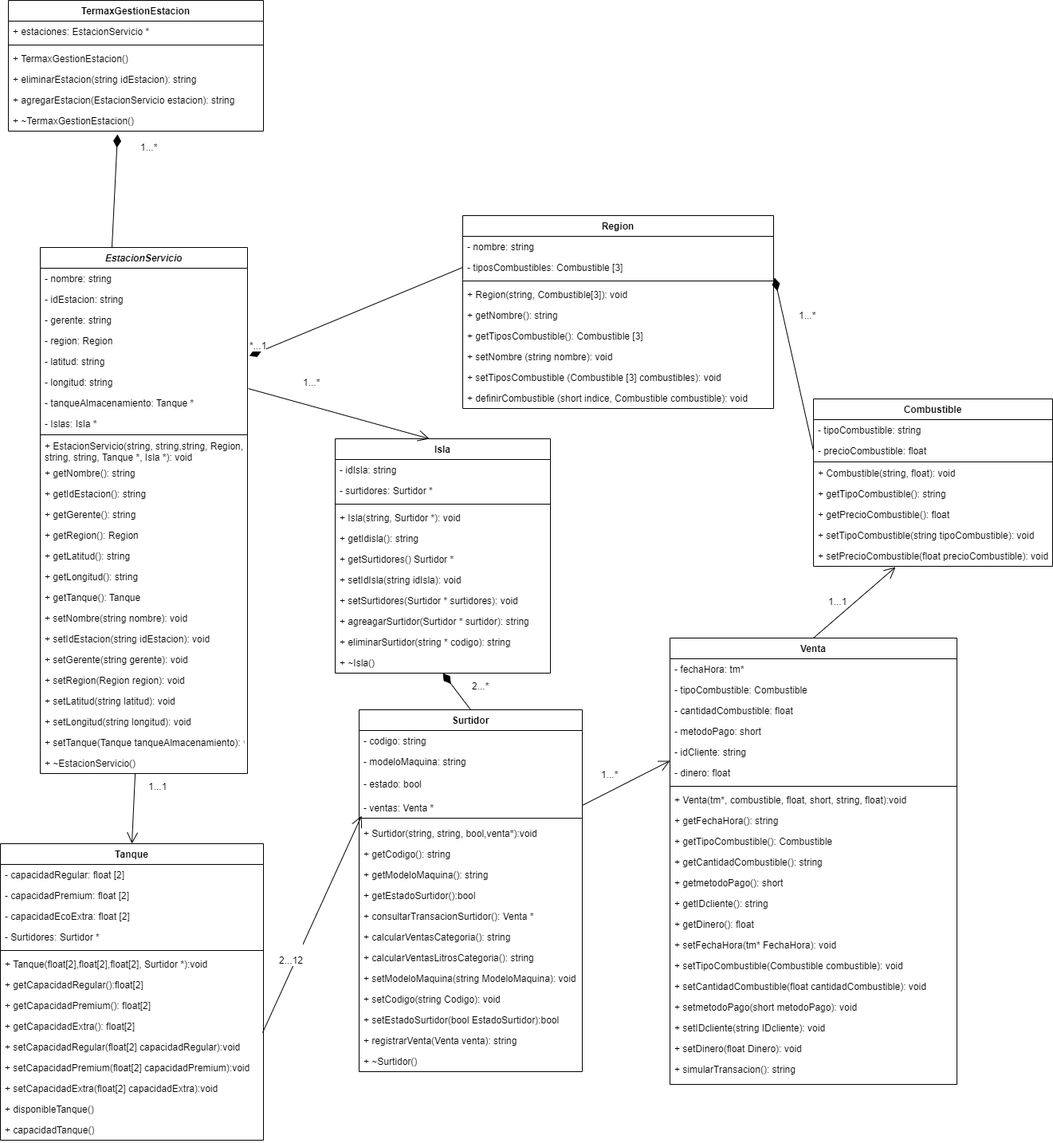
Above: Documentacion/DiagramaClases.png in luisca990/Informatica_II_Desaf_II (draw.io), before the change. Source tidied: cells renumbered, new cells last; positions are measured from the earlier drawing's top-left corner, leaving out a move shared by most shapes.
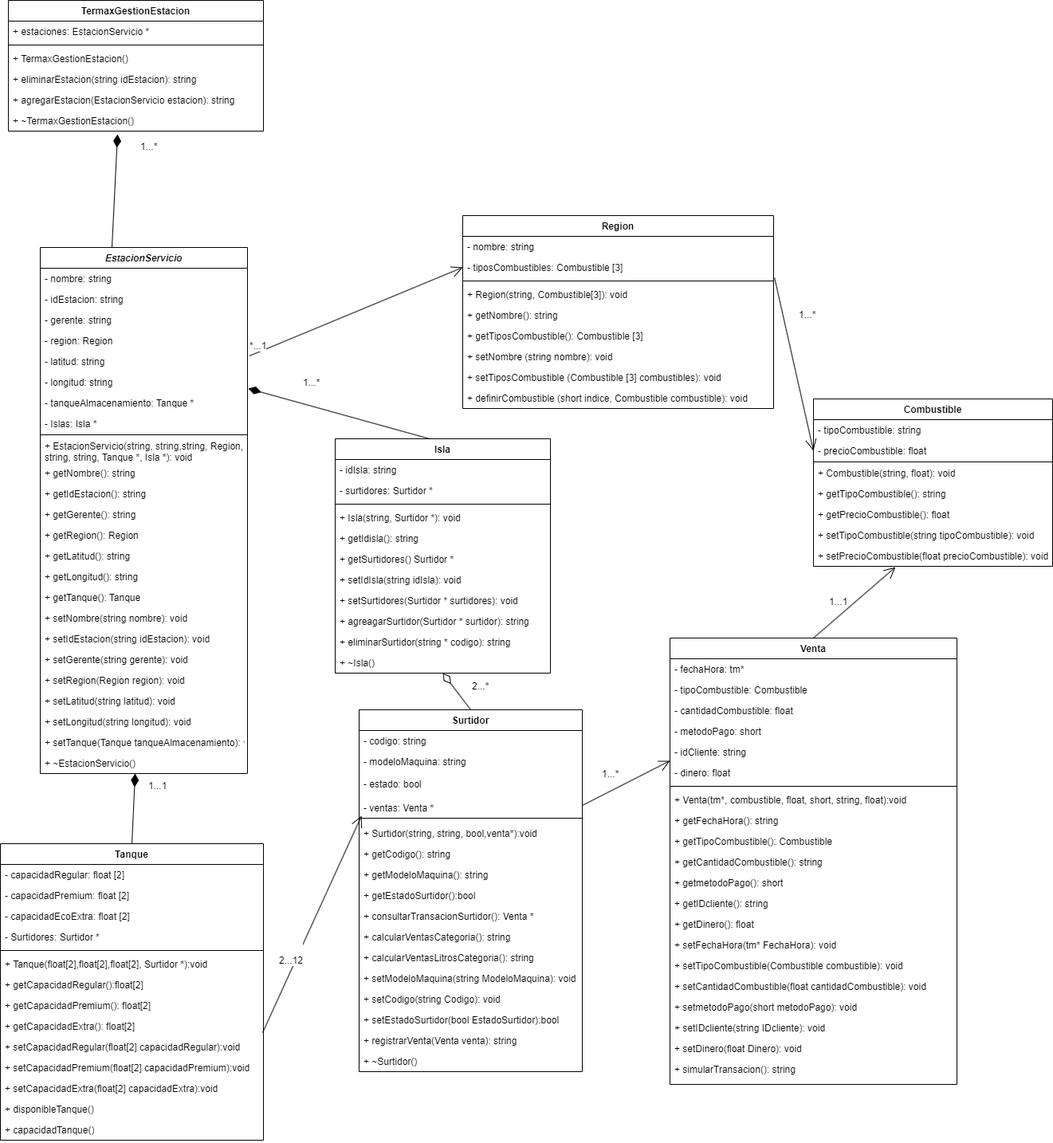
The same diagram one commit later.

Commit message:
Se ajusta la última versión del primer entregable

What changed in the source:
```diff
@@ -338,22 +338,22 @@
     <mxCell id="113" value="+ definirCombustible (short indice, Combustible combustible): void" style="text;align=left;verticalAlign=top;spacingLeft=4;spacingRight=4;overflow=hidden;" parent="104" vertex="1">
       <mxGeometry y="216" width="390" height="26" as="geometry" />
     </mxCell>
-    <mxCell id="114" value="&lt;div&gt;&lt;br&gt;&lt;/div&gt;&lt;div&gt;*...1&lt;br&gt;&lt;/div&gt;" style="endArrow=none;html=1;endSize=12;startArrow=diamondThin;startSize=14;startFill=1;align=left;verticalAlign=bottom;rounded=0;fontSize=12;entryX=0;entryY=0.5;entryDx=0;entryDy=0;exitX=1.009;exitY=0.231;exitDx=0;exitDy=0;exitPerimeter=0;endFill=0;" parent="1" edge="1" source="7" target="106">
+    <mxCell id="114" value="&lt;div&gt;&lt;br&gt;&lt;/div&gt;&lt;div&gt;*...1&lt;br&gt;&lt;/div&gt;" style="endArrow=open;html=1;endSize=12;startArrow=none;startSize=14;startFill=0;align=left;verticalAlign=bottom;rounded=0;fontSize=12;entryX=0;entryY=0.5;entryDx=0;entryDy=0;exitX=1.009;exitY=0.231;exitDx=0;exitDy=0;exitPerimeter=0;endFill=0;" parent="1" edge="1" source="7" target="106">
       <mxGeometry x="-1" y="3" relative="1" as="geometry" />
     </mxCell>
-    <mxCell id="115" value="&lt;div&gt;&lt;br&gt;&lt;/div&gt;&lt;div&gt;1...*&lt;br&gt;&lt;/div&gt;" style="endArrow=none;html=1;endSize=12;startArrow=diamondThin;startSize=14;startFill=1;align=left;verticalAlign=bottom;rounded=0;fontSize=12;entryX=0;entryY=0.5;entryDx=0;entryDy=0;exitX=1.003;exitY=1;exitDx=0;exitDy=0;exitPerimeter=0;endFill=0;" parent="1" edge="1" source="106" target="45">
+    <mxCell id="115" value="&lt;div&gt;&lt;br&gt;&lt;/div&gt;&lt;div&gt;1...*&lt;br&gt;&lt;/div&gt;" style="endArrow=open;html=1;endSize=12;startArrow=none;startSize=14;startFill=0;align=left;verticalAlign=bottom;rounded=0;fontSize=12;entryX=0;entryY=0.5;entryDx=0;entryDy=0;exitX=1.003;exitY=1;exitDx=0;exitDy=0;exitPerimeter=0;endFill=0;" parent="1" edge="1" source="106" target="45">
       <mxGeometry x="-0.45" y="16" relative="1" as="geometry" />
     </mxCell>
-    <mxCell id="116" value="&lt;div&gt;1...1&lt;br&gt;&lt;/div&gt;" style="endArrow=open;html=1;endSize=12;startArrow=none;startSize=14;startFill=0;align=left;verticalAlign=bottom;rounded=0;fontSize=12;endFill=0;entryX=0.5;entryY=0;entryDx=0;entryDy=0;exitX=0.458;exitY=1;exitDx=0;exitDy=0;exitPerimeter=0;" parent="1" edge="1" source="27" target="28">
+    <mxCell id="116" value="&lt;div&gt;1...1&lt;br&gt;&lt;/div&gt;" style="endArrow=none;html=1;endSize=12;startArrow=diamondThin;startSize=14;startFill=1;align=left;verticalAlign=bottom;rounded=0;fontSize=12;endFill=0;entryX=0.5;entryY=0;entryDx=0;entryDy=0;exitX=0.458;exitY=1;exitDx=0;exitDy=0;exitPerimeter=0;" parent="1" edge="1" source="27" target="28">
       <mxGeometry x="-0.45" y="16" relative="1" as="geometry" />
     </mxCell>
-    <mxCell id="117" value="&lt;div&gt;2...*&lt;br&gt;&lt;/div&gt;" style="endArrow=none;html=1;endSize=12;startArrow=diamondThin;startSize=14;startFill=1;align=left;verticalAlign=bottom;rounded=0;fontSize=12;endFill=0;entryX=0.5;entryY=0;entryDx=0;entryDy=0;exitX=0.5;exitY=1;exitDx=0;exitDy=0;" parent="1" edge="1" source="92" target="52">
+    <mxCell id="117" value="&lt;div&gt;2...*&lt;br&gt;&lt;/div&gt;" style="endArrow=none;html=1;endSize=12;startArrow=diamondThin;startSize=14;startFill=0;align=left;verticalAlign=bottom;rounded=0;fontSize=12;endFill=0;entryX=0.5;entryY=0;entryDx=0;entryDy=0;exitX=0.5;exitY=1;exitDx=0;exitDy=0;" parent="1" edge="1" source="92" target="52">
       <mxGeometry x="0.45" y="12" relative="1" as="geometry" />
     </mxCell>
     <mxCell id="118" value="&lt;div&gt;&lt;br&gt;&lt;/div&gt;&lt;div&gt;2...12&lt;br&gt;&lt;/div&gt;" style="endArrow=open;html=1;endSize=12;startArrow=none;startSize=14;startFill=0;align=left;verticalAlign=bottom;rounded=0;fontSize=12;endFill=0;entryX=0.011;entryY=0.25;entryDx=0;entryDy=0;exitX=0.997;exitY=0.808;exitDx=0;exitDy=0;exitPerimeter=0;entryPerimeter=0;" parent="1" edge="1" source="37" target="57">
       <mxGeometry x="-0.45" y="16" relative="1" as="geometry" />
     </mxCell>
-    <mxCell id="119" value="&lt;div&gt;&lt;br&gt;&lt;/div&gt;&lt;div&gt;1...*&lt;br&gt;&lt;/div&gt;" style="endArrow=open;html=1;endSize=12;startArrow=none;startSize=14;startFill=0;align=left;verticalAlign=bottom;rounded=0;fontSize=12;endFill=0;entryX=0.438;entryY=0;entryDx=0;entryDy=0;exitX=1.004;exitY=0.808;exitDx=0;exitDy=0;exitPerimeter=0;entryPerimeter=0;" parent="1" edge="1" source="8" target="92">
+    <mxCell id="119" value="&lt;div&gt;&lt;br&gt;&lt;/div&gt;&lt;div&gt;1...*&lt;br&gt;&lt;/div&gt;" style="endArrow=none;html=1;endSize=12;startArrow=diamondThin;startSize=14;startFill=1;align=left;verticalAlign=bottom;rounded=0;fontSize=12;endFill=0;entryX=0.438;entryY=0;entryDx=0;entryDy=0;exitX=1.004;exitY=0.808;exitDx=0;exitDy=0;exitPerimeter=0;entryPerimeter=0;" parent="1" edge="1" source="8" target="92">
       <mxGeometry x="-0.45" y="16" relative="1" as="geometry" />
     </mxCell>
     <mxCell id="120" value="&lt;div&gt;&lt;br&gt;&lt;/div&gt;&lt;div&gt;1...*&lt;br&gt;&lt;/div&gt;" style="endArrow=open;html=1;endSize=12;startArrow=none;startSize=14;startFill=0;align=left;verticalAlign=bottom;rounded=0;fontSize=12;endFill=0;entryX=0;entryY=0.923;entryDx=0;entryDy=0;exitX=1;exitY=0.5;exitDx=0;exitDy=0;entryPerimeter=0;" parent="1" edge="1" source="56" target="75">
```
